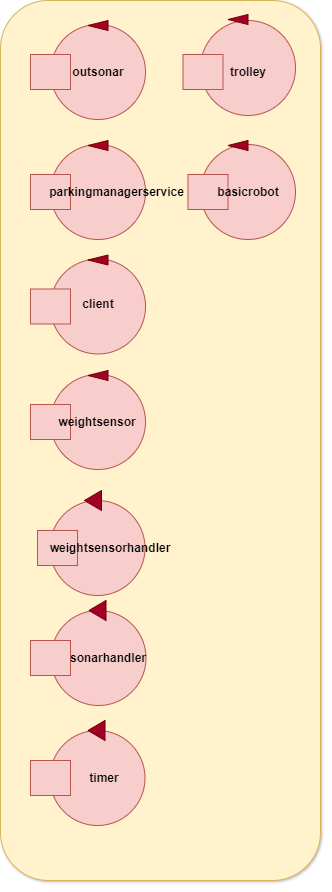
This is Iss-Project-Sprint3/Sprint3/userDocs/img/ActorsModel.png from dbattaglia97/Iss_Project_2021, a draw.io export, as it was before one commit. Source tidied: cells renumbered, new cells last; positions are measured from the earlier drawing's top-left corner, leaving out a move shared by most shapes. The source it was exported from:
```xml
<mxGraphModel shadow="1">
  <root>
    <mxCell id="0" />
    <mxCell id="1" parent="0" />
    <mxCell id="2" style="rounded=1;whiteSpace=wrap;html=1;fillColor=#fff2cc;strokeColor=#d6b656;" parent="1" vertex="1">
      <mxGeometry width="320" height="880" as="geometry" />
    </mxCell>
    <mxCell id="3" style="ellipse;whiteSpace=wrap;html=1;fillColor=#f8cecc;strokeColor=#b85450;" parent="1" vertex="1">
      <mxGeometry x="50" y="144" width="95" height="95" as="geometry" />
    </mxCell>
    <mxCell id="4" style="rounded=0;whiteSpace=wrap;html=1;fillColor=#f8cecc;strokeColor=#b85450;" parent="1" vertex="1">
      <mxGeometry x="30" y="174" width="40" height="35" as="geometry" />
    </mxCell>
    <mxCell id="5" style="triangle;whiteSpace=wrap;html=1;rotation=-180;fillColor=#a20025;strokeColor=#6F0000;fontColor=#ffffff;" parent="1" vertex="1">
      <mxGeometry x="87.5" y="140" width="20" height="10" as="geometry" />
    </mxCell>
    <mxCell id="6" value="&lt;font color=&quot;#000000&quot;&gt;&lt;b&gt;parkingmanagerservice&lt;/b&gt;&lt;/font&gt;" style="text;html=1;strokeColor=none;fillColor=none;align=center;verticalAlign=middle;whiteSpace=wrap;rounded=0;" parent="1" vertex="1">
      <mxGeometry x="50" y="181.5" width="132.5" height="20" as="geometry" />
    </mxCell>
    <mxCell id="7" style="ellipse;whiteSpace=wrap;html=1;fillColor=#f8cecc;strokeColor=#b85450;" parent="1" vertex="1">
      <mxGeometry x="50" y="24" width="95" height="95" as="geometry" />
    </mxCell>
    <mxCell id="8" style="rounded=0;whiteSpace=wrap;html=1;fillColor=#f8cecc;strokeColor=#b85450;" parent="1" vertex="1">
      <mxGeometry x="30" y="54" width="40" height="35" as="geometry" />
    </mxCell>
    <mxCell id="9" style="triangle;whiteSpace=wrap;html=1;rotation=-180;fillColor=#a20025;strokeColor=#6F0000;fontColor=#ffffff;" parent="1" vertex="1">
      <mxGeometry x="87.5" y="20" width="20" height="10" as="geometry" />
    </mxCell>
    <mxCell id="10" value="&lt;font color=&quot;#000000&quot;&gt;&lt;b&gt;outsonar&lt;/b&gt;&lt;/font&gt;" style="text;html=1;strokeColor=none;fillColor=none;align=center;verticalAlign=middle;whiteSpace=wrap;rounded=0;" parent="1" vertex="1">
      <mxGeometry x="78" y="62" width="40" height="20" as="geometry" />
    </mxCell>
    <mxCell id="11" style="ellipse;whiteSpace=wrap;html=1;fillColor=#f8cecc;strokeColor=#b85450;" parent="1" vertex="1">
      <mxGeometry x="50" y="374" width="95" height="95" as="geometry" />
    </mxCell>
    <mxCell id="12" style="rounded=0;whiteSpace=wrap;html=1;fillColor=#f8cecc;strokeColor=#b85450;" parent="1" vertex="1">
      <mxGeometry x="30" y="404" width="40" height="35" as="geometry" />
    </mxCell>
    <mxCell id="13" style="triangle;whiteSpace=wrap;html=1;rotation=-180;fillColor=#a20025;strokeColor=#6F0000;fontColor=#ffffff;" parent="1" vertex="1">
      <mxGeometry x="87.5" y="370" width="20" height="10" as="geometry" />
    </mxCell>
    <mxCell id="14" value="&lt;font color=&quot;#000000&quot;&gt;&lt;b&gt;weightsensor&lt;/b&gt;&lt;/font&gt;" style="text;html=1;strokeColor=none;fillColor=none;align=center;verticalAlign=middle;whiteSpace=wrap;rounded=0;" parent="1" vertex="1">
      <mxGeometry x="77" y="412" width="40" height="20" as="geometry" />
    </mxCell>
    <mxCell id="15" style="ellipse;whiteSpace=wrap;html=1;fillColor=#f8cecc;strokeColor=#b85450;" parent="1" vertex="1">
      <mxGeometry x="50" y="258.5" width="95" height="95" as="geometry" />
    </mxCell>
    <mxCell id="16" value="&lt;font color=&quot;#000000&quot;&gt;&lt;b&gt;client&lt;/b&gt;&lt;/font&gt;" style="text;html=1;strokeColor=none;fillColor=none;align=center;verticalAlign=middle;whiteSpace=wrap;rounded=0;" parent="1" vertex="1">
      <mxGeometry x="78" y="296.5" width="40" height="15.5" as="geometry" />
    </mxCell>
    <mxCell id="17" style="rounded=0;whiteSpace=wrap;html=1;fillColor=#f8cecc;strokeColor=#b85450;" parent="1" vertex="1">
      <mxGeometry x="30" y="288.5" width="40" height="35" as="geometry" />
    </mxCell>
    <mxCell id="18" style="triangle;whiteSpace=wrap;html=1;rotation=-180;fillColor=#a20025;strokeColor=#6F0000;fontColor=#ffffff;" parent="1" vertex="1">
      <mxGeometry x="87.5" y="254.5" width="20" height="10" as="geometry" />
    </mxCell>
    <mxCell id="19" style="ellipse;whiteSpace=wrap;html=1;fillColor=#f8cecc;strokeColor=#b85450;" parent="1" vertex="1">
      <mxGeometry x="49.5" y="500" width="95" height="95" as="geometry" />
    </mxCell>
    <mxCell id="20" style="rounded=0;whiteSpace=wrap;html=1;fillColor=#f8cecc;strokeColor=#b85450;" parent="1" vertex="1">
      <mxGeometry x="37" y="530" width="40" height="35" as="geometry" />
    </mxCell>
    <mxCell id="21" style="triangle;whiteSpace=wrap;html=1;rotation=-180;fillColor=#a20025;strokeColor=#6F0000;fontColor=#ffffff;" parent="1" vertex="1">
      <mxGeometry x="84" y="490" width="17" height="20" as="geometry" />
    </mxCell>
    <mxCell id="22" value="&lt;font color=&quot;#000000&quot;&gt;&lt;b&gt;weightsensorhandler&lt;/b&gt;&lt;/font&gt;" style="text;html=1;strokeColor=none;fillColor=none;align=center;verticalAlign=middle;whiteSpace=wrap;rounded=0;" parent="1" vertex="1">
      <mxGeometry x="90" y="537.5" width="40" height="20" as="geometry" />
    </mxCell>
    <mxCell id="23" style="ellipse;whiteSpace=wrap;html=1;fillColor=#f8cecc;strokeColor=#b85450;" parent="1" vertex="1">
      <mxGeometry x="50.5" y="610" width="95" height="95" as="geometry" />
    </mxCell>
    <mxCell id="24" style="triangle;whiteSpace=wrap;html=1;rotation=-180;fillColor=#a20025;strokeColor=#6F0000;fontColor=#ffffff;" parent="1" vertex="1">
      <mxGeometry x="88.5" y="600" width="17" height="20" as="geometry" />
    </mxCell>
    <mxCell id="25" style="rounded=0;whiteSpace=wrap;html=1;fillColor=#f8cecc;strokeColor=#b85450;" parent="1" vertex="1">
      <mxGeometry x="30" y="640" width="40" height="35" as="geometry" />
    </mxCell>
    <mxCell id="26" value="&lt;b&gt;sonarhandler&lt;br&gt;&lt;/b&gt;" style="text;html=1;strokeColor=none;fillColor=none;align=center;verticalAlign=middle;whiteSpace=wrap;rounded=0;" parent="1" vertex="1">
      <mxGeometry x="87.5" y="647.5" width="40" height="20" as="geometry" />
    </mxCell>
    <mxCell id="27" style="ellipse;whiteSpace=wrap;html=1;fillColor=#f8cecc;strokeColor=#b85450;" parent="1" vertex="1">
      <mxGeometry x="49.5" y="730" width="95" height="95" as="geometry" />
    </mxCell>
    <mxCell id="28" style="rounded=0;whiteSpace=wrap;html=1;fillColor=#f8cecc;strokeColor=#b85450;" parent="1" vertex="1">
      <mxGeometry x="30" y="760" width="40" height="35" as="geometry" />
    </mxCell>
    <mxCell id="29" style="triangle;whiteSpace=wrap;html=1;rotation=-180;fillColor=#a20025;strokeColor=#6F0000;fontColor=#ffffff;" parent="1" vertex="1">
      <mxGeometry x="87.5" y="720" width="17" height="20" as="geometry" />
    </mxCell>
    <mxCell id="30" value="&lt;b&gt;timer&lt;br&gt;&lt;/b&gt;" style="text;html=1;strokeColor=none;fillColor=none;align=center;verticalAlign=middle;whiteSpace=wrap;rounded=0;" parent="1" vertex="1">
      <mxGeometry x="84" y="767.5" width="40" height="20" as="geometry" />
    </mxCell>
    <mxCell id="31" style="ellipse;whiteSpace=wrap;html=1;fillColor=#f8cecc;strokeColor=#b85450;" parent="1" vertex="1">
      <mxGeometry x="200" y="20" width="95" height="95" as="geometry" />
    </mxCell>
    <mxCell id="32" style="ellipse;whiteSpace=wrap;html=1;fillColor=#f8cecc;strokeColor=#b85450;" parent="1" vertex="1">
      <mxGeometry x="200" y="144" width="95" height="95" as="geometry" />
    </mxCell>
    <mxCell id="33" style="triangle;whiteSpace=wrap;html=1;rotation=-180;fillColor=#a20025;strokeColor=#6F0000;fontColor=#ffffff;" parent="1" vertex="1">
      <mxGeometry x="227.5" y="14" width="20" height="10" as="geometry" />
    </mxCell>
    <mxCell id="34" style="triangle;whiteSpace=wrap;html=1;rotation=-180;fillColor=#a20025;strokeColor=#6F0000;fontColor=#ffffff;" parent="1" vertex="1">
      <mxGeometry x="227.5" y="140" width="20" height="10" as="geometry" />
    </mxCell>
    <mxCell id="35" style="rounded=0;whiteSpace=wrap;html=1;fillColor=#f8cecc;strokeColor=#b85450;" parent="1" vertex="1">
      <mxGeometry x="187.5" y="174" width="40" height="35" as="geometry" />
    </mxCell>
    <mxCell id="36" style="rounded=0;whiteSpace=wrap;html=1;fillColor=#f8cecc;strokeColor=#b85450;" parent="1" vertex="1">
      <mxGeometry x="182.5" y="54" width="40" height="35" as="geometry" />
    </mxCell>
    <mxCell id="37" value="&lt;font color=&quot;#000000&quot;&gt;&lt;b&gt;trolley&lt;/b&gt;&lt;/font&gt;&lt;span style=&quot;color: rgba(0, 0, 0, 0); font-family: monospace; font-size: 0px; text-align: start;&quot;&gt;%3CmxGraphModel%3E%3Croot%3E%3CmxCell%20id%3D%220%22%2F%3E%3CmxCell%20id%3D%221%22%20parent%3D%220%22%2F%3E%3CmxCell%20id%3D%222%22%20value%3D%22%26lt%3Bfont%20color%3D%26quot%3B%23000000%26quot%3B%26gt%3B%26lt%3Bb%26gt%3Boutsonar%26lt%3B%2Fb%26gt%3B%26lt%3B%2Ffont%26gt%3B%22%20style%3D%22text%3Bhtml%3D1%3BstrokeColor%3Dnone%3BfillColor%3Dnone%3Balign%3Dcenter%3BverticalAlign%3Dmiddle%3BwhiteSpace%3Dwrap%3Brounded%3D0%3B%22%20vertex%3D%221%22%20parent%3D%221%22%3E%3CmxGeometry%20x%3D%2277.99999999999989%22%20y%3D%22202%22%20width%3D%2240%22%20height%3D%2220%22%20as%3D%22geometry%22%2F%3E%3C%2FmxCell%3E%3C%2Froot%3E%3C%2FmxGraphModel%3E&lt;/span&gt;" style="text;html=1;strokeColor=none;fillColor=none;align=center;verticalAlign=middle;whiteSpace=wrap;rounded=0;" parent="1" vertex="1">
      <mxGeometry x="227.5" y="61.5" width="40" height="20" as="geometry" />
    </mxCell>
    <mxCell id="38" value="&lt;font color=&quot;#000000&quot;&gt;&lt;b&gt;basicrobot&lt;/b&gt;&lt;/font&gt;" style="text;html=1;strokeColor=none;fillColor=none;align=center;verticalAlign=middle;whiteSpace=wrap;rounded=0;" parent="1" vertex="1">
      <mxGeometry x="227.5" y="181.5" width="40" height="20" as="geometry" />
    </mxCell>
  </root>
</mxGraphModel>
```
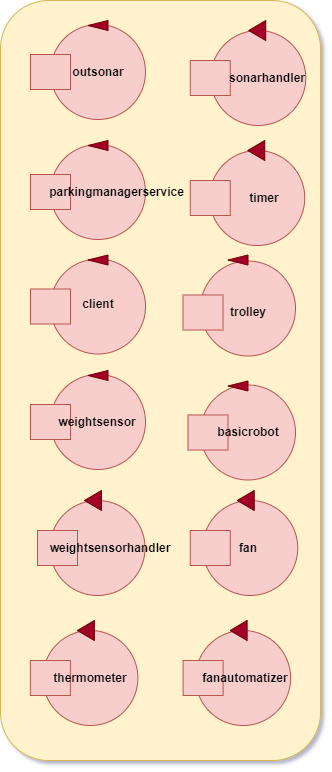
The same diagram one commit later.

What changed in the source:
```diff
@@ -3,7 +3,7 @@
     <mxCell id="0" />
     <mxCell id="1" parent="0" />
     <mxCell id="2" style="rounded=1;whiteSpace=wrap;html=1;fillColor=#fff2cc;strokeColor=#d6b656;" parent="1" vertex="1">
-      <mxGeometry width="320" height="880" as="geometry" />
+      <mxGeometry width="320" height="760" as="geometry" />
     </mxCell>
     <mxCell id="3" style="ellipse;whiteSpace=wrap;html=1;fillColor=#f8cecc;strokeColor=#b85450;" parent="1" vertex="1">
       <mxGeometry x="50" y="144" width="95" height="95" as="geometry" />
@@ -66,52 +66,88 @@
       <mxGeometry x="90" y="537.5" width="40" height="20" as="geometry" />
     </mxCell>
     <mxCell id="23" style="ellipse;whiteSpace=wrap;html=1;fillColor=#f8cecc;strokeColor=#b85450;" parent="1" vertex="1">
-      <mxGeometry x="50.5" y="610" width="95" height="95" as="geometry" />
+      <mxGeometry x="210.2" y="30" width="95" height="95" as="geometry" />
     </mxCell>
     <mxCell id="24" style="triangle;whiteSpace=wrap;html=1;rotation=-180;fillColor=#a20025;strokeColor=#6F0000;fontColor=#ffffff;" parent="1" vertex="1">
-      <mxGeometry x="88.5" y="600" width="17" height="20" as="geometry" />
+      <mxGeometry x="248.2" y="20" width="17" height="20" as="geometry" />
     </mxCell>
     <mxCell id="25" style="rounded=0;whiteSpace=wrap;html=1;fillColor=#f8cecc;strokeColor=#b85450;" parent="1" vertex="1">
-      <mxGeometry x="30" y="640" width="40" height="35" as="geometry" />
+      <mxGeometry x="189.7" y="60" width="40" height="35" as="geometry" />
     </mxCell>
     <mxCell id="26" value="&lt;b&gt;sonarhandler&lt;br&gt;&lt;/b&gt;" style="text;html=1;strokeColor=none;fillColor=none;align=center;verticalAlign=middle;whiteSpace=wrap;rounded=0;" parent="1" vertex="1">
-      <mxGeometry x="87.5" y="647.5" width="40" height="20" as="geometry" />
+      <mxGeometry x="247.2" y="67.5" width="40" height="20" as="geometry" />
     </mxCell>
     <mxCell id="27" style="ellipse;whiteSpace=wrap;html=1;fillColor=#f8cecc;strokeColor=#b85450;" parent="1" vertex="1">
-      <mxGeometry x="49.5" y="730" width="95" height="95" as="geometry" />
+      <mxGeometry x="209.2" y="150" width="95" height="95" as="geometry" />
     </mxCell>
     <mxCell id="28" style="rounded=0;whiteSpace=wrap;html=1;fillColor=#f8cecc;strokeColor=#b85450;" parent="1" vertex="1">
-      <mxGeometry x="30" y="760" width="40" height="35" as="geometry" />
+      <mxGeometry x="189.7" y="180" width="40" height="35" as="geometry" />
     </mxCell>
     <mxCell id="29" style="triangle;whiteSpace=wrap;html=1;rotation=-180;fillColor=#a20025;strokeColor=#6F0000;fontColor=#ffffff;" parent="1" vertex="1">
-      <mxGeometry x="87.5" y="720" width="17" height="20" as="geometry" />
+      <mxGeometry x="247.2" y="140" width="17" height="20" as="geometry" />
     </mxCell>
     <mxCell id="30" value="&lt;b&gt;timer&lt;br&gt;&lt;/b&gt;" style="text;html=1;strokeColor=none;fillColor=none;align=center;verticalAlign=middle;whiteSpace=wrap;rounded=0;" parent="1" vertex="1">
-      <mxGeometry x="84" y="767.5" width="40" height="20" as="geometry" />
+      <mxGeometry x="243.7" y="187.5" width="40" height="20" as="geometry" />
     </mxCell>
     <mxCell id="31" style="ellipse;whiteSpace=wrap;html=1;fillColor=#f8cecc;strokeColor=#b85450;" parent="1" vertex="1">
-      <mxGeometry x="200" y="20" width="95" height="95" as="geometry" />
+      <mxGeometry x="200" y="260.5" width="95" height="95" as="geometry" />
     </mxCell>
     <mxCell id="32" style="ellipse;whiteSpace=wrap;html=1;fillColor=#f8cecc;strokeColor=#b85450;" parent="1" vertex="1">
-      <mxGeometry x="200" y="144" width="95" height="95" as="geometry" />
+      <mxGeometry x="200" y="384.5" width="95" height="95" as="geometry" />
     </mxCell>
     <mxCell id="33" style="triangle;whiteSpace=wrap;html=1;rotation=-180;fillColor=#a20025;strokeColor=#6F0000;fontColor=#ffffff;" parent="1" vertex="1">
-      <mxGeometry x="227.5" y="14" width="20" height="10" as="geometry" />
+      <mxGeometry x="227.5" y="254.5" width="20" height="10" as="geometry" />
     </mxCell>
     <mxCell id="34" style="triangle;whiteSpace=wrap;html=1;rotation=-180;fillColor=#a20025;strokeColor=#6F0000;fontColor=#ffffff;" parent="1" vertex="1">
-      <mxGeometry x="227.5" y="140" width="20" height="10" as="geometry" />
+      <mxGeometry x="227.5" y="380.5" width="20" height="10" as="geometry" />
     </mxCell>
     <mxCell id="35" style="rounded=0;whiteSpace=wrap;html=1;fillColor=#f8cecc;strokeColor=#b85450;" parent="1" vertex="1">
-      <mxGeometry x="187.5" y="174" width="40" height="35" as="geometry" />
+      <mxGeometry x="187.5" y="414.5" width="40" height="35" as="geometry" />
     </mxCell>
     <mxCell id="36" style="rounded=0;whiteSpace=wrap;html=1;fillColor=#f8cecc;strokeColor=#b85450;" parent="1" vertex="1">
-      <mxGeometry x="182.5" y="54" width="40" height="35" as="geometry" />
+      <mxGeometry x="182.5" y="294.5" width="40" height="35" as="geometry" />
     </mxCell>
     <mxCell id="37" value="&lt;font color=&quot;#000000&quot;&gt;&lt;b&gt;trolley&lt;/b&gt;&lt;/font&gt;&lt;span style=&quot;color: rgba(0, 0, 0, 0); font-family: monospace; font-size: 0px; text-align: start;&quot;&gt;%3CmxGraphModel%3E%3Croot%3E%3CmxCell%20id%3D%220%22%2F%3E%3CmxCell%20id%3D%221%22%20parent%3D%220%22%2F%3E%3CmxCell%20id%3D%222%22%20value%3D%22%26lt%3Bfont%20color%3D%26quot%3B%23000000%26quot%3B%26gt%3B%26lt%3Bb%26gt%3Boutsonar%26lt%3B%2Fb%26gt%3B%26lt%3B%2Ffont%26gt%3B%22%20style%3D%22text%3Bhtml%3D1%3BstrokeColor%3Dnone%3BfillColor%3Dnone%3Balign%3Dcenter%3BverticalAlign%3Dmiddle%3BwhiteSpace%3Dwrap%3Brounded%3D0%3B%22%20vertex%3D%221%22%20parent%3D%221%22%3E%3CmxGeometry%20x%3D%2277.99999999999989%22%20y%3D%22202%22%20width%3D%2240%22%20height%3D%2220%22%20as%3D%22geometry%22%2F%3E%3C%2FmxCell%3E%3C%2Froot%3E%3C%2FmxGraphModel%3E&lt;/span&gt;" style="text;html=1;strokeColor=none;fillColor=none;align=center;verticalAlign=middle;whiteSpace=wrap;rounded=0;" parent="1" vertex="1">
-      <mxGeometry x="227.5" y="61.5" width="40" height="20" as="geometry" />
+      <mxGeometry x="227.5" y="302" width="40" height="20" as="geometry" />
     </mxCell>
     <mxCell id="38" value="&lt;font color=&quot;#000000&quot;&gt;&lt;b&gt;basicrobot&lt;/b&gt;&lt;/font&gt;" style="text;html=1;strokeColor=none;fillColor=none;align=center;verticalAlign=middle;whiteSpace=wrap;rounded=0;" parent="1" vertex="1">
-      <mxGeometry x="227.5" y="181.5" width="40" height="20" as="geometry" />
+      <mxGeometry x="227.5" y="422" width="40" height="20" as="geometry" />
     </mxCell>
+    <mxCell id="39" style="ellipse;whiteSpace=wrap;html=1;fillColor=#f8cecc;strokeColor=#b85450;" parent="1" vertex="1">
+      <mxGeometry x="202.2" y="500" width="95" height="95" as="geometry" />
+    </mxCell>
+    <mxCell id="40" style="rounded=0;whiteSpace=wrap;html=1;fillColor=#f8cecc;strokeColor=#b85450;" parent="1" vertex="1">
+      <mxGeometry x="189.7" y="530" width="40" height="35" as="geometry" />
+    </mxCell>
+    <mxCell id="41" style="triangle;whiteSpace=wrap;html=1;rotation=-180;fillColor=#a20025;strokeColor=#6F0000;fontColor=#ffffff;" parent="1" vertex="1">
+      <mxGeometry x="236.8" y="490" width="17" height="20" as="geometry" />
+    </mxCell>
+    <mxCell id="42" value="&lt;font color=&quot;#000000&quot;&gt;&lt;b&gt;fan&lt;/b&gt;&lt;/font&gt;" style="text;html=1;strokeColor=none;fillColor=none;align=center;verticalAlign=middle;whiteSpace=wrap;rounded=0;" parent="1" vertex="1">
+      <mxGeometry x="227.5" y="537.5" width="40" height="20" as="geometry" />
+    </mxCell>
+    <mxCell id="43" style="ellipse;whiteSpace=wrap;html=1;fillColor=#f8cecc;strokeColor=#b85450;" parent="1" vertex="1">
+      <mxGeometry x="42.4" y="630" width="95" height="95" as="geometry" />
+    </mxCell>
+    <mxCell id="44" style="rounded=0;whiteSpace=wrap;html=1;fillColor=#f8cecc;strokeColor=#b85450;" parent="1" vertex="1">
+      <mxGeometry x="29.9" y="660" width="40" height="35" as="geometry" />
+    </mxCell>
+    <mxCell id="45" style="triangle;whiteSpace=wrap;html=1;rotation=-180;fillColor=#a20025;strokeColor=#6F0000;fontColor=#ffffff;" parent="1" vertex="1">
+      <mxGeometry x="76.9" y="620" width="17" height="20" as="geometry" />
+    </mxCell>
+    <mxCell id="46" value="&lt;font color=&quot;#000000&quot;&gt;&lt;b&gt;thermometer&lt;/b&gt;&lt;/font&gt;" style="text;html=1;strokeColor=none;fillColor=none;align=center;verticalAlign=middle;whiteSpace=wrap;rounded=0;" parent="1" vertex="1">
+      <mxGeometry x="69.9" y="667.5" width="40" height="20" as="geometry" />
+    </mxCell>
+    <mxCell id="47" style="ellipse;whiteSpace=wrap;html=1;fillColor=#f8cecc;strokeColor=#b85450;" parent="1" vertex="1">
+      <mxGeometry x="195.1" y="630" width="95" height="95" as="geometry" />
+    </mxCell>
+    <mxCell id="48" style="rounded=0;whiteSpace=wrap;html=1;fillColor=#f8cecc;strokeColor=#b85450;" parent="1" vertex="1">
+      <mxGeometry x="182.6" y="660" width="40" height="35" as="geometry" />
+    </mxCell>
+    <mxCell id="49" style="triangle;whiteSpace=wrap;html=1;rotation=-180;fillColor=#a20025;strokeColor=#6F0000;fontColor=#ffffff;" parent="1" vertex="1">
+      <mxGeometry x="229.6" y="620" width="17" height="20" as="geometry" />
+    </mxCell>
+    <mxCell id="50" value="&lt;font color=&quot;#000000&quot;&gt;&lt;b&gt;fanautomatizer&lt;/b&gt;&lt;/font&gt;" style="text;html=1;strokeColor=none;fillColor=none;align=center;verticalAlign=middle;whiteSpace=wrap;rounded=0;" parent="1" vertex="1">
+      <mxGeometry x="225.2" y="667.5" width="40" height="20" as="geometry" />
+    </mxCell>
   </root>
 </mxGraphModel>
```
